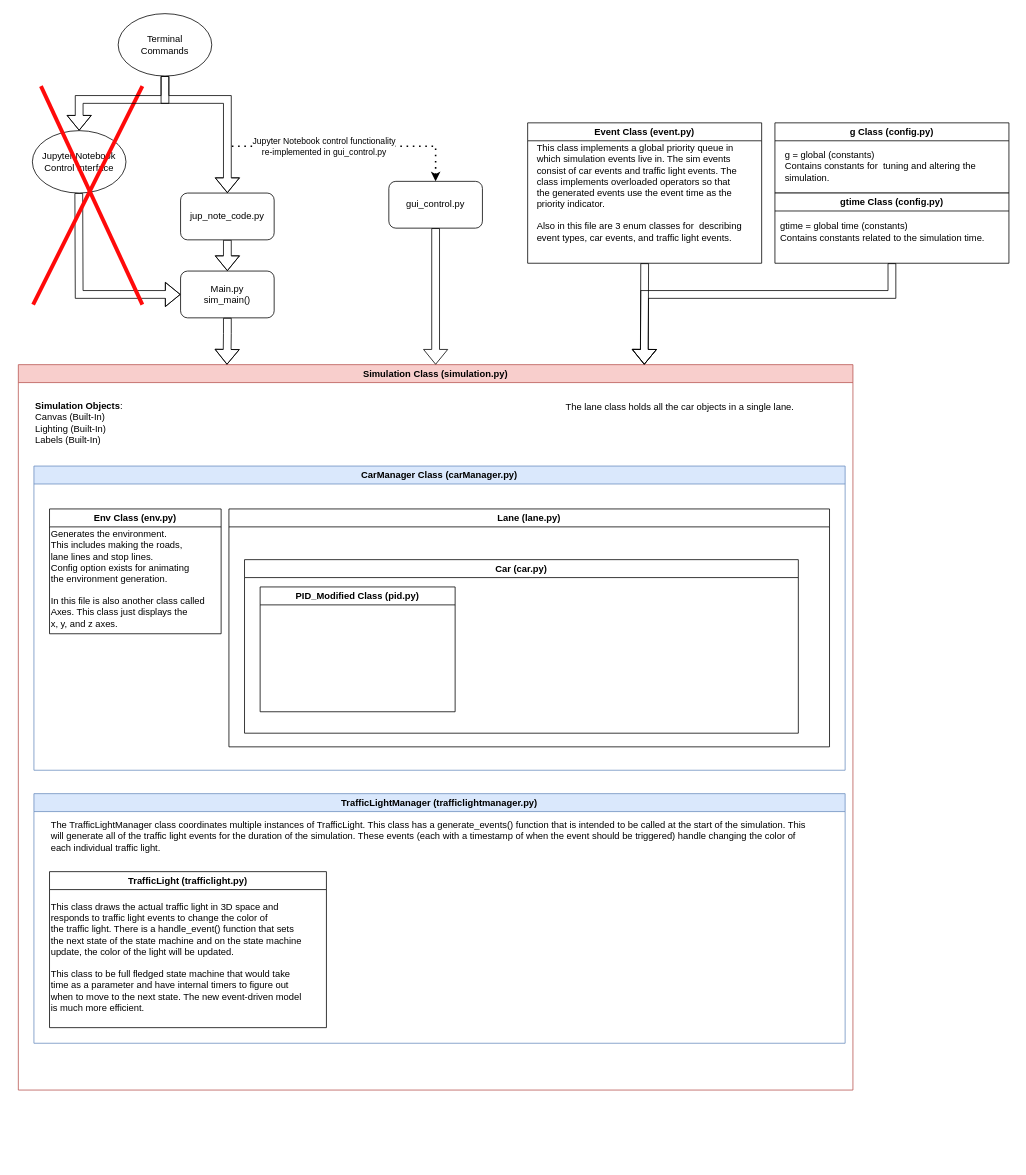
ericsherman4/Traffic-Intersection-Sim keeps this draw.io diagram as report/software_diagram.drawio. Above is the earlier version. Source tidied: cells renumbered, new cells numbered last; positions are measured from the earlier drawing's top-left corner, leaving out a move shared by most shapes. Both pictures are drawn from the tidied source at 78%, with x=0, y=0 at pixel (18, 13).
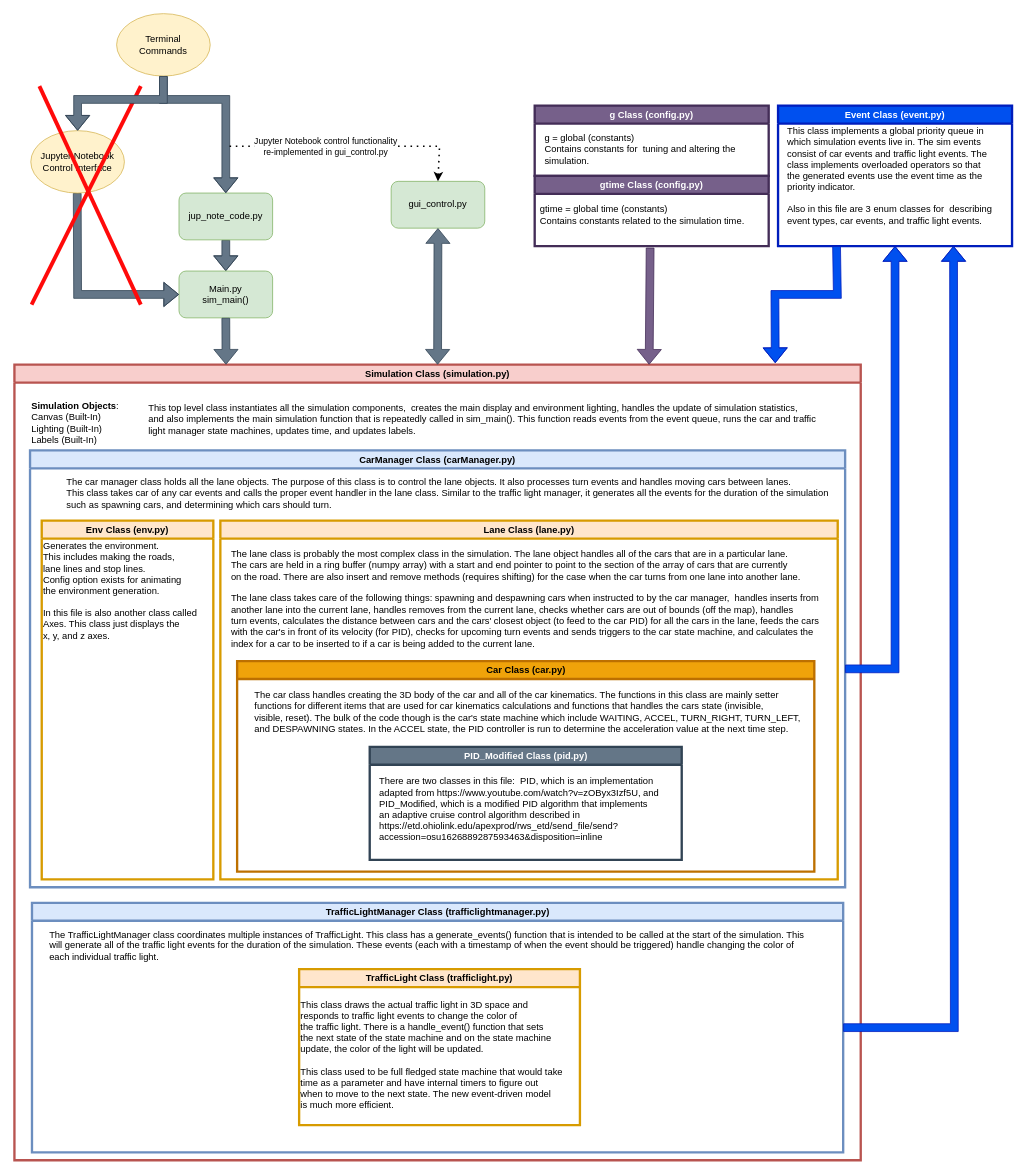
The same diagram, later.

Diff of the diagram source:
```diff
@@
-    <mxCell id="2" style="shape=flexArrow;endArrow=classic;html=1;rounded=0;exitX=0.5;exitY=1;exitDx=0;exitDy=0;" parent="1" edge="1" source="6">
+    <mxCell id="2" style="shape=flexArrow;endArrow=classic;html=1;rounded=0;exitX=0.5;exitY=1;exitDx=0;exitDy=0;fillColor=#647687;strokeColor=#314354;" parent="1" edge="1" source="6">
       <mxGeometry relative="1" as="geometry">
-        <mxPoint x="268" y="330" as="targetPoint" />
+        <mxPoint x="266" y="330" as="targetPoint" />
         <Array as="points">
-          <mxPoint x="268" y="350" />
+          <mxPoint x="266" y="350" />
         </Array>
       </mxGeometry>
     </mxCell>
-    <mxCell id="3" value="Main.py&lt;br&gt;sim_main()" style="rounded=1;whiteSpace=wrap;html=1;" parent="1" vertex="1">
-      <mxGeometry x="208" y="330" width="120" height="60" as="geometry" />
+    <mxCell id="3" value="Main.py&lt;br&gt;sim_main()" style="rounded=1;whiteSpace=wrap;html=1;fillColor=#d5e8d4;strokeColor=#82b366;" parent="1" vertex="1">
+      <mxGeometry x="206" y="330" width="120" height="60" as="geometry" />
     </mxCell>
-    <mxCell id="4" style="shape=flexArrow;endArrow=classic;html=1;rounded=0;entryX=0;entryY=0.5;entryDx=0;entryDy=0;" parent="1" edge="1" target="3">
+    <mxCell id="4" style="shape=flexArrow;endArrow=classic;html=1;rounded=0;entryX=0;entryY=0.5;entryDx=0;entryDy=0;fillColor=#647687;strokeColor=#314354;" parent="1" edge="1" target="3">
       <mxGeometry relative="1" as="geometry">
-        <mxPoint x="77.5" y="230" as="sourcePoint" />
+        <mxPoint x="75.5" y="230" as="sourcePoint" />
         <Array as="points">
-          <mxPoint x="78" y="360" />
+          <mxPoint x="76" y="360" />
         </Array>
       </mxGeometry>
     </mxCell>
-    <mxCell id="5" value="Jupyter Notebook&lt;br&gt;Control Interface" style="ellipse;whiteSpace=wrap;html=1;" parent="1" vertex="1">
-      <mxGeometry x="18" y="150" width="120" height="80" as="geometry" />
+    <mxCell id="5" value="Jupyter Notebook&lt;br&gt;Control Interface" style="ellipse;whiteSpace=wrap;html=1;fillColor=#fff2cc;strokeColor=#d6b656;" parent="1" vertex="1">
+      <mxGeometry x="16" y="150" width="120" height="80" as="geometry" />
     </mxCell>
-    <mxCell id="6" value="jup_note_code.py" style="rounded=1;whiteSpace=wrap;html=1;" parent="1" vertex="1">
-      <mxGeometry x="208" y="230" width="120" height="60" as="geometry" />
+    <mxCell id="6" value="jup_note_code.py" style="rounded=1;whiteSpace=wrap;html=1;fillColor=#d5e8d4;strokeColor=#82b366;" parent="1" vertex="1">
+      <mxGeometry x="206" y="230" width="120" height="60" as="geometry" />
     </mxCell>
-    <mxCell id="7" style="shape=flexArrow;endArrow=classic;html=1;rounded=0;entryX=0.5;entryY=0;entryDx=0;entryDy=0;" parent="1" edge="1" target="6">
+    <mxCell id="7" style="shape=flexArrow;endArrow=classic;html=1;rounded=0;entryX=0.5;entryY=0;entryDx=0;entryDy=0;fillColor=#647687;strokeColor=#314354;" parent="1" edge="1" target="6">
       <mxGeometry relative="1" as="geometry">
-        <mxPoint x="188" y="80" as="sourcePoint" />
+        <mxPoint x="186" y="80" as="sourcePoint" />
         <Array as="points">
-          <mxPoint x="188" y="110" />
-          <mxPoint x="268" y="110" />
+          <mxPoint x="186" y="110" />
+          <mxPoint x="266" y="110" />
         </Array>
       </mxGeometry>
     </mxCell>
     <mxCell id="8" style="endArrow=none;html=1;rounded=0;strokeWidth=5;strokeColor=#FF0A0A;endSize=6;" parent="1" edge="1">
       <mxGeometry relative="1" as="geometry">
-        <mxPoint x="19" y="373" as="sourcePoint" />
-        <mxPoint x="159" y="93" as="targetPoint" />
+        <mxPoint x="17" y="373" as="sourcePoint" />
+        <mxPoint x="157" y="93" as="targetPoint" />
       </mxGeometry>
     </mxCell>
     <mxCell id="9" style="endArrow=none;html=1;rounded=0;strokeWidth=5;strokeColor=#FF0A0A;endSize=6;" parent="1" edge="1">
       <mxGeometry relative="1" as="geometry">
-        <mxPoint x="159" y="373" as="sourcePoint" />
-        <mxPoint x="29" y="93" as="targetPoint" />
+        <mxPoint x="157" y="373" as="sourcePoint" />
+        <mxPoint x="27" y="93" as="targetPoint" />
       </mxGeometry>
     </mxCell>
-    <mxCell id="10" value="Simulation Class (simulation.py)" style="swimlane;whiteSpace=wrap;html=1;fillColor=#f8cecc;strokeColor=#b85450;" parent="1" vertex="1">
-      <mxGeometry y="450" width="1070" height="930" as="geometry" />
+    <mxCell id="10" value="Simulation Class (simulation.py)" style="swimlane;whiteSpace=wrap;html=1;fillColor=#f8cecc;strokeColor=#b85450;strokeWidth=3;" parent="1" vertex="1">
+      <mxGeometry x="-5" y="450" width="1085" height="1020" as="geometry" />
     </mxCell>
@@
-    <mxCell id="12" value="CarManager Class (carManager.py)" style="swimlane;whiteSpace=wrap;html=1;fillColor=#dae8fc;strokeColor=#6c8ebf;" parent="10" vertex="1">
-      <mxGeometry x="20" y="130" width="1040" height="390" as="geometry" />
+    <mxCell id="12" value="CarManager Class (carManager.py)" style="swimlane;whiteSpace=wrap;html=1;fillColor=#dae8fc;strokeColor=#6c8ebf;strokeWidth=3;" parent="10" vertex="1">
+      <mxGeometry x="20" y="110" width="1045" height="560" as="geometry" />
     </mxCell>
-    <mxCell id="13" value="Env Class (env.py)" style="swimlane;whiteSpace=wrap;html=1;" parent="12" vertex="1">
-      <mxGeometry x="20" y="55" width="220" height="160" as="geometry" />
+    <mxCell id="13" value="Env Class (env.py)" style="swimlane;whiteSpace=wrap;html=1;fillColor=#ffe6cc;strokeColor=#d79b00;strokeWidth=3;" parent="12" vertex="1">
+      <mxGeometry x="15" y="90" width="220" height="460" as="geometry" />
     </mxCell>
-    <mxCell id="14" value="Generates the environment.&lt;br&gt;This includes making the roads,&lt;br&gt;lane lines and stop lines.&lt;br&gt;Config option exists for animating&lt;br&gt;the environment generation.&lt;br&gt;&lt;br&gt;In this file is also another class called&lt;br&gt;Axes. This class just displays the &lt;br&gt;x, y, and z axes." style="text;html=1;align=left;verticalAlign=middle;strokeColor=none;fillColor=none;" parent="13" vertex="1">
+    <mxCell id="14" value="Generates the environment.&lt;br&gt;This includes making the roads,&lt;br&gt;lane lines and stop lines.&lt;br&gt;Config option exists for animating&lt;br&gt;the environment generation.&lt;br&gt;&lt;br&gt;In this file is also another class called&lt;br&gt;Axes. This class just displays the &lt;br&gt;x, y, and z axes." style="text;html=1;align=left;verticalAlign=middle;strokeColor=none;fillColor=none;strokeWidth=1;" parent="13" vertex="1">
       <mxGeometry y="20" width="220" height="140" as="geometry" />
     </mxCell>
-    <mxCell id="15" value="Lane (lane.py)" style="swimlane;whiteSpace=wrap;html=1;" parent="12" vertex="1">
-      <mxGeometry x="250" y="55" width="770" height="305" as="geometry" />
+    <mxCell id="15" value="Lane Class (lane.py)" style="swimlane;whiteSpace=wrap;html=1;fillColor=#ffe6cc;strokeColor=#d79b00;strokeWidth=3;" parent="12" vertex="1">
+      <mxGeometry x="244" y="90" width="791.5" height="460" as="geometry" />
     </mxCell>
-    <mxCell id="16" value="Car (car.py)" style="swimlane;whiteSpace=wrap;html=1;" parent="15" vertex="1">
-      <mxGeometry x="20" y="65" width="710" height="222.5" as="geometry" />
+    <mxCell id="16" value="Car Class (car.py)" style="swimlane;whiteSpace=wrap;html=1;fillColor=#f0a30a;fontColor=#000000;strokeColor=#BD7000;strokeWidth=3;" parent="15" vertex="1">
+      <mxGeometry x="21.5" y="180" width="740" height="270" as="geometry" />
     </mxCell>
-    <mxCell id="17" value="PID_Modified Class (pid.py)" style="swimlane;whiteSpace=wrap;html=1;" parent="16" vertex="1">
-      <mxGeometry x="20" y="35" width="250" height="160" as="geometry" />
+    <mxCell id="17" value="PID_Modified Class (pid.py)" style="swimlane;whiteSpace=wrap;html=1;fillColor=#647687;fontColor=#ffffff;strokeColor=#314354;strokeWidth=3;" parent="16" vertex="1">
+      <mxGeometry x="170" y="110" width="400" height="145" as="geometry" />
     </mxCell>
-    <mxCell id="18" value="The lane class holds all the car objects in a single lane." style="text;html=1;align=left;verticalAlign=middle;strokeColor=none;fillColor=none;" parent="10" vertex="1">
-      <mxGeometry x="700" y="40" width="320" height="30" as="geometry" />
+    <mxCell id="18" value="There are two classes in this file:&amp;nbsp; PID, which is an implementation&lt;br&gt;adapted from&amp;nbsp;https://www.youtube.com/watch?v=zOByx3Izf5U, and&amp;nbsp;&amp;nbsp;&lt;br&gt;PID_Modified, which is a modified PID algorithm that implements&lt;br&gt;an adaptive cruise control algorithm described in&amp;nbsp;&lt;br&gt;https://etd.ohiolink.edu/apexprod/rws_etd/send_file/send?&lt;br&gt;accession=osu1626889287593463&amp;amp;disposition=inline" style="text;html=1;align=left;verticalAlign=middle;strokeColor=none;fillColor=none;" parent="17" vertex="1">
+      <mxGeometry x="10" y="30" width="390" height="100" as="geometry" />
     </mxCell>
+    <mxCell id="38" value="The car class handles creating the 3D body of the car and all of the car kinematics. The functions in this class are mainly setter &lt;br&gt;functions for different items that are used for car kinematics calculations and functions that handles the cars state (invisible, &lt;br&gt;visible, reset). The bulk of the code though is the car's state machine which include WAITING, ACCEL, TURN_RIGHT, TURN_LEFT,&lt;br&gt;and DESPAWNING states. In the ACCEL state, the PID controller is run to determine the acceleration value at the next time step.&amp;nbsp;" style="text;html=1;align=left;verticalAlign=middle;strokeColor=none;fillColor=none;" parent="16" vertex="1">
+      <mxGeometry x="20" y="30" width="720" height="70" as="geometry" />
+    </mxCell>
+    <mxCell id="39" value="The lane class is probably the most complex class in the simulation. The lane object handles all of the cars that are in a particular lane.&amp;nbsp;&lt;br&gt;The cars are held in a ring buffer (numpy array) with a start and end pointer to point to the section of the array of cars that are currently&amp;nbsp;&lt;br&gt;on the road. There are also insert and remove methods (requires shifting) for the case when the car turns from one lane into another lane.&lt;br&gt;&lt;br&gt;The lane class takes care of the following things: spawning and despawning cars when instructed to by the car manager,&amp;nbsp; handles inserts from&lt;br&gt;another lane into the current lane, handles removes from the current lane, checks whether cars are out of bounds (off the map), handles&lt;br&gt;turn events, calculates the distance between cars and the cars' closest object (to feed to the car PID) for all the cars in the lane, feeds the cars&lt;br&gt;with the car's in front of its velocity (for PID), checks for upcoming turn events and sends triggers to the car state machine, and calculates the &lt;br&gt;index for a car to be inserted to if a car is being added to the current lane.&amp;nbsp;" style="text;html=1;align=left;verticalAlign=middle;strokeColor=none;fillColor=none;" parent="15" vertex="1">
+      <mxGeometry x="11.5" y="30" width="780" height="140" as="geometry" />
+    </mxCell>
+    <mxCell id="40" value="The car manager class holds all the lane objects. The purpose of this class is to control the lane objects. It also processes turn events and handles moving cars between lanes.&lt;br&gt;This class takes car of any car events and calls the proper event handler in the lane class. Similar to the traffic light manager, it generates all the events for the duration of the simulation&lt;br&gt;such as spawning cars, and determining which cars should turn." style="text;html=1;align=left;verticalAlign=middle;strokeColor=none;fillColor=none;" parent="12" vertex="1">
+      <mxGeometry x="45" y="25" width="1000" height="60" as="geometry" />
+    </mxCell>
-    <mxCell id="19" value="TrafficLightManager (trafficlightmanager.py)" style="swimlane;whiteSpace=wrap;html=1;fillColor=#dae8fc;strokeColor=#6c8ebf;" parent="10" vertex="1">
-      <mxGeometry x="20" y="550" width="1040" height="320" as="geometry" />
+    <mxCell id="19" value="TrafficLightManager Class (trafficlightmanager.py)" style="swimlane;whiteSpace=wrap;html=1;fillColor=#dae8fc;strokeColor=#6c8ebf;strokeWidth=3;startSize=23;" parent="10" vertex="1">
+      <mxGeometry x="22.5" y="690" width="1040" height="320" as="geometry" />
     </mxCell>
-    <mxCell id="20" value="TrafficLight (trafficlight.py)" style="swimlane;whiteSpace=wrap;html=1;" parent="19" vertex="1">
-      <mxGeometry x="20" y="100" width="355" height="200" as="geometry" />
+    <mxCell id="20" value="TrafficLight Class (trafficlight.py)" style="swimlane;whiteSpace=wrap;html=1;strokeWidth=3;fillColor=#ffe6cc;strokeColor=#d79b00;" parent="19" vertex="1">
+      <mxGeometry x="342.5" y="85" width="360" height="200" as="geometry" />
     </mxCell>
-    <mxCell id="21" value="This class draws the actual traffic light in 3D space and&lt;br&gt;responds to traffic light events to change the color of&lt;br&gt;the traffic light. There is a handle_event() function that sets&lt;br&gt;the next state of the state machine and on the state machine&lt;br&gt;update, the color of the light will be updated.&lt;br&gt;&lt;br&gt;This class to be full fledged state machine that would take&lt;br&gt;time as a parameter and have internal timers to figure out&lt;br&gt;when to move to the next state. The new event-driven model&amp;nbsp;&lt;br&gt;is much more efficient.&amp;nbsp;" style="text;html=1;align=left;verticalAlign=middle;strokeColor=none;fillColor=none;" parent="20" vertex="1">
-      <mxGeometry y="30" width="350" height="160" as="geometry" />
+    <mxCell id="21" value="This class draws the actual traffic light in 3D space and&lt;br&gt;responds to traffic light events to change the color of&lt;br&gt;the traffic light. There is a handle_event() function that sets&lt;br&gt;the next state of the state machine and on the state machine&lt;br&gt;update, the color of the light will be updated.&lt;br&gt;&lt;br&gt;This class used to be full fledged state machine that would take&lt;br&gt;time as a parameter and have internal timers to figure out&lt;br&gt;when to move to the next state. The new event-driven model&amp;nbsp;&lt;br&gt;is much more efficient.&amp;nbsp;" style="text;html=1;align=left;verticalAlign=middle;strokeColor=none;fillColor=none;" parent="20" vertex="1">
+      <mxGeometry y="30" width="360" height="160" as="geometry" />
     </mxCell>
@@
-    <mxCell id="23" style="shape=flexArrow;endArrow=classic;html=1;rounded=0;entryX=0.25;entryY=0;entryDx=0;entryDy=0;exitX=0.5;exitY=1;exitDx=0;exitDy=0;" parent="1" edge="1" source="3" target="10">
-      <mxGeometry relative="1" as="geometry">
-        <Array as="points">
-          <mxPoint x="268" y="410" />
-        </Array>
-      </mxGeometry>
-    </mxCell>
+    <mxCell id="41" value="This top level class instantiates all the simulation components,&amp;nbsp; creates the main display and environment lighting, handles the update of simulation statistics,&lt;br&gt;and also implements the main simulation function that is repeatedly called in sim_main(). This function reads events from the event queue, runs the car and traffic&amp;nbsp;&lt;br&gt;light manager state machines, updates time, and updates labels.&amp;nbsp;" style="text;html=1;align=left;verticalAlign=middle;strokeColor=none;fillColor=none;" parent="10" vertex="1">
+      <mxGeometry x="170" y="40" width="880" height="60" as="geometry" />
+    </mxCell>
-    <mxCell id="24" value="gui_control.py" style="rounded=1;whiteSpace=wrap;html=1;" parent="1" vertex="1">
-      <mxGeometry x="475" y="215" width="120" height="60" as="geometry" />
+    <mxCell id="24" value="gui_control.py" style="rounded=1;whiteSpace=wrap;html=1;fillColor=#d5e8d4;strokeColor=#82b366;" parent="1" vertex="1">
+      <mxGeometry x="478" y="215" width="120" height="60" as="geometry" />
     </mxCell>
-    <mxCell id="25" style="shape=flexArrow;endArrow=classic;html=1;rounded=0;exitX=0.5;exitY=1;exitDx=0;exitDy=0;entryX=0.5;entryY=0;entryDx=0;entryDy=0;" parent="1" edge="1" source="24" target="10">
-      <mxGeometry relative="1" as="geometry" />
-    </mxCell>
-    <mxCell id="26" value="Event Class (event.py)" style="swimlane;whiteSpace=wrap;html=1;" parent="1" vertex="1">
-      <mxGeometry x="653" y="140" width="300" height="180" as="geometry" />
+    <mxCell id="26" value="Event Class (event.py)" style="swimlane;whiteSpace=wrap;html=1;fillColor=#0050ef;fontColor=#ffffff;strokeColor=#001DBC;strokeWidth=3;" parent="1" vertex="1">
+      <mxGeometry x="974" y="118" width="300" height="180" as="geometry" />
     </mxCell>
@@
-    <mxCell id="28" style="shape=flexArrow;endArrow=classic;html=1;rounded=0;exitX=0.5;exitY=1;exitDx=0;exitDy=0;entryX=0.75;entryY=0;entryDx=0;entryDy=0;" parent="1" edge="1" source="26" target="10">
-      <mxGeometry relative="1" as="geometry" />
+    <mxCell id="28" style="shape=flexArrow;endArrow=classic;html=1;rounded=0;entryX=0.75;entryY=0;entryDx=0;entryDy=0;fillColor=#76608a;strokeColor=#432D57;" parent="1" edge="1" target="10">
+      <mxGeometry relative="1" as="geometry">
+        <mxPoint x="810" y="300" as="sourcePoint" />
+      </mxGeometry>
     </mxCell>
     <mxCell id="29" style="endArrow=none;dashed=1;html=1;dashPattern=1 3;strokeWidth=2;rounded=0;strokeColor=#000000;startArrow=classic;startFill=1;exitX=0.5;exitY=0;exitDx=0;exitDy=0;" parent="1" edge="1" source="24">
       <mxGeometry relative="1" as="geometry">
         <mxPoint x="270" y="170" as="targetPoint" />
         <Array as="points">
-          <mxPoint x="535" y="170" />
+          <mxPoint x="540" y="170" />
         </Array>
       </mxGeometry>
     </mxCell>
@@
-    <mxCell id="31" value="Terminal&lt;br&gt;Commands&lt;br&gt;" style="ellipse;whiteSpace=wrap;html=1;" parent="1" vertex="1">
-      <mxGeometry x="128" width="120" height="80" as="geometry" />
+    <mxCell id="31" value="Terminal&lt;br&gt;Commands&lt;br&gt;" style="ellipse;whiteSpace=wrap;html=1;fillColor=#fff2cc;strokeColor=#d6b656;" parent="1" vertex="1">
+      <mxGeometry x="126" width="120" height="80" as="geometry" />
     </mxCell>
-    <mxCell id="32" style="shape=flexArrow;endArrow=classic;html=1;rounded=0;entryX=0.5;entryY=0;entryDx=0;entryDy=0;exitX=0.5;exitY=1;exitDx=0;exitDy=0;" parent="1" edge="1" source="31" target="5">
+    <mxCell id="32" style="shape=flexArrow;endArrow=classic;html=1;rounded=0;entryX=0.5;entryY=0;entryDx=0;entryDy=0;exitX=0.5;exitY=1;exitDx=0;exitDy=0;fillColor=#647687;strokeColor=#314354;" parent="1" edge="1" source="31" target="5">
       <mxGeometry relative="1" as="geometry">
         <Array as="points">
-          <mxPoint x="188" y="110" />
-          <mxPoint x="78" y="110" />
+          <mxPoint x="186" y="110" />
+          <mxPoint x="76" y="110" />
         </Array>
       </mxGeometry>
     </mxCell>
-    <mxCell id="33" value="g Class (config.py)" style="swimlane;whiteSpace=wrap;html=1;" parent="1" vertex="1">
-      <mxGeometry x="970" y="140" width="300" height="90" as="geometry" />
+    <mxCell id="33" value="g Class (config.py)" style="swimlane;whiteSpace=wrap;html=1;fillColor=#76608a;fontColor=#ffffff;strokeColor=#432D57;strokeWidth=3;" parent="1" vertex="1">
+      <mxGeometry x="662" y="118" width="300" height="90" as="geometry" />
     </mxCell>
@@
-    <mxCell id="35" value="gtime Class (config.py)" style="swimlane;whiteSpace=wrap;html=1;" parent="1" vertex="1">
-      <mxGeometry x="970" y="230" width="300" height="90" as="geometry" />
+    <mxCell id="35" value="gtime Class (config.py)" style="swimlane;whiteSpace=wrap;html=1;fillColor=#76608a;fontColor=#ffffff;strokeColor=#432D57;strokeWidth=3;" parent="1" vertex="1">
+      <mxGeometry x="662" y="208" width="300" height="90" as="geometry" />
     </mxCell>
@@
-    <mxCell id="37" style="shape=flexArrow;endArrow=classic;html=1;rounded=0;exitX=0.5;exitY=1;exitDx=0;exitDy=0;entryX=0.75;entryY=0;entryDx=0;entryDy=0;" parent="1" edge="1" source="35" target="10">
+    <mxCell id="37" style="shape=flexArrow;endArrow=classic;html=1;rounded=0;entryX=0.899;entryY=-0.002;entryDx=0;entryDy=0;exitX=0.25;exitY=1;exitDx=0;exitDy=0;fillColor=#0050ef;strokeColor=#001DBC;entryPerimeter=0;" parent="1" edge="1" source="26" target="10">
       <mxGeometry relative="1" as="geometry">
         <Array as="points">
-          <mxPoint x="1120" y="360" />
-          <mxPoint x="803" y="360" />
+          <mxPoint x="1050" y="360" />
+          <mxPoint x="970" y="360" />
         </Array>
       </mxGeometry>
     </mxCell>
+    <mxCell id="23" style="shape=flexArrow;endArrow=classic;html=1;rounded=0;entryX=0.25;entryY=0;entryDx=0;entryDy=0;exitX=0.5;exitY=1;exitDx=0;exitDy=0;fillColor=#647687;strokeColor=#314354;" parent="1" edge="1" source="3" target="10">
+      <mxGeometry relative="1" as="geometry" />
+    </mxCell>
+    <mxCell id="42" style="shape=flexArrow;endArrow=classic;html=1;rounded=0;entryX=0.5;entryY=1;entryDx=0;entryDy=0;exitX=1;exitY=0.5;exitDx=0;exitDy=0;fillColor=#0050ef;strokeColor=#001DBC;" parent="1" edge="1" source="12" target="26">
+      <mxGeometry relative="1" as="geometry">
+        <Array as="points">
+          <mxPoint x="1124" y="840" />
+        </Array>
+      </mxGeometry>
+    </mxCell>
+    <mxCell id="43" style="shape=flexArrow;endArrow=classic;html=1;rounded=0;exitX=1;exitY=0.5;exitDx=0;exitDy=0;entryX=0.75;entryY=1;entryDx=0;entryDy=0;fillColor=#0050ef;strokeColor=#001DBC;" parent="1" edge="1" source="19" target="26">
+      <mxGeometry relative="1" as="geometry">
+        <Array as="points">
+          <mxPoint x="1200" y="1300" />
+        </Array>
+      </mxGeometry>
+    </mxCell>
+    <mxCell id="44" style="shape=flexArrow;endArrow=classic;startArrow=classic;html=1;rounded=0;strokeColor=#314354;strokeWidth=1;entryX=0.5;entryY=1;entryDx=0;entryDy=0;exitX=0.5;exitY=0;exitDx=0;exitDy=0;fillColor=#647687;" parent="1" edge="1" source="10" target="24">
+      <mxGeometry relative="1" as="geometry" />
+    </mxCell>
```
